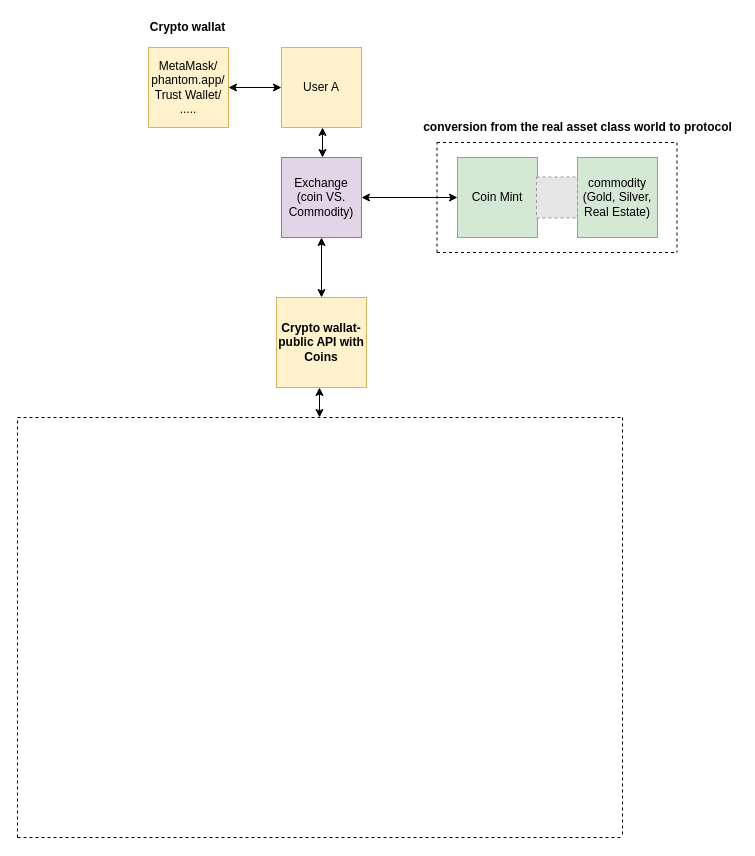
Above: page "process" (2 of 3) of POS(1).drawio in JoshuaTree63/Complete-Python-3-Bootcamp (draw.io), before the change. Source tidied: cells renumbered, new cells numbered last; positions are measured from the earlier drawing's top-left corner, leaving out a move shared by most shapes. Both pictures are drawn from the tidied source at 100%, with x=0, y=0 at pixel (17, 17). Pictures stored in the file or linked from it are replaced by grey dashed boxes.
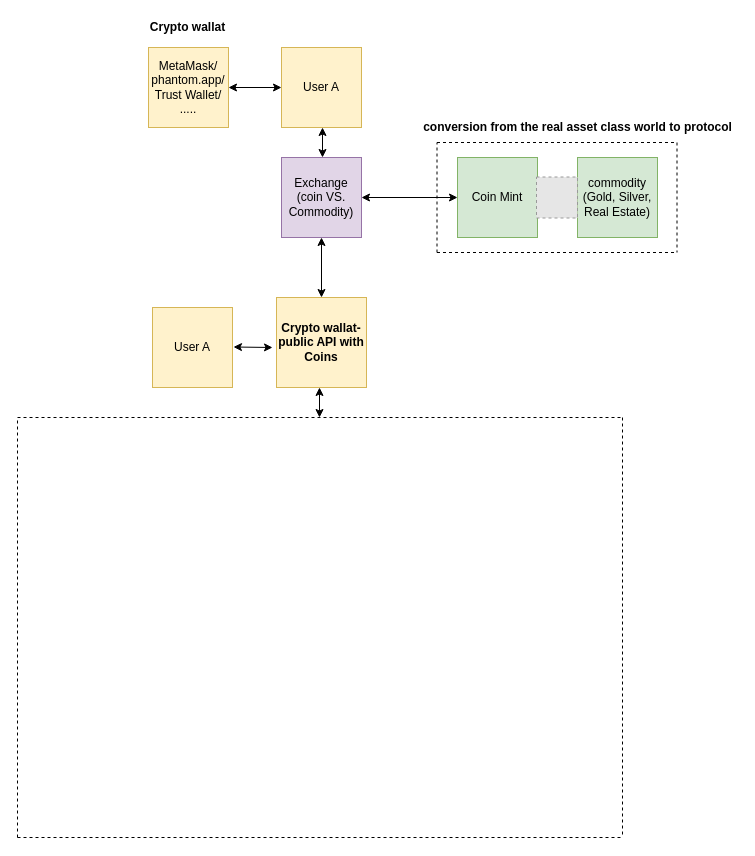
The same diagram, later.

Change to the diagram source:
```diff
@@
+    <mxCell id="26" value="User A" style="whiteSpace=wrap;html=1;fillColor=#fff2cc;strokeColor=#d6b656;" parent="1" vertex="1">
+      <mxGeometry x="135" y="290" width="80" height="80" as="geometry" />
+    </mxCell>
+    <mxCell id="27" style="endArrow=classic;startArrow=classic;html=1;rounded=0;entryX=1;entryY=0.5;entryDx=0;entryDy=0;" parent="1" edge="1">
+      <mxGeometry relative="1" as="geometry">
+        <mxPoint x="255" y="330" as="sourcePoint" />
+        <mxPoint x="216" y="329.5" as="targetPoint" />
+      </mxGeometry>
+    </mxCell>
```
